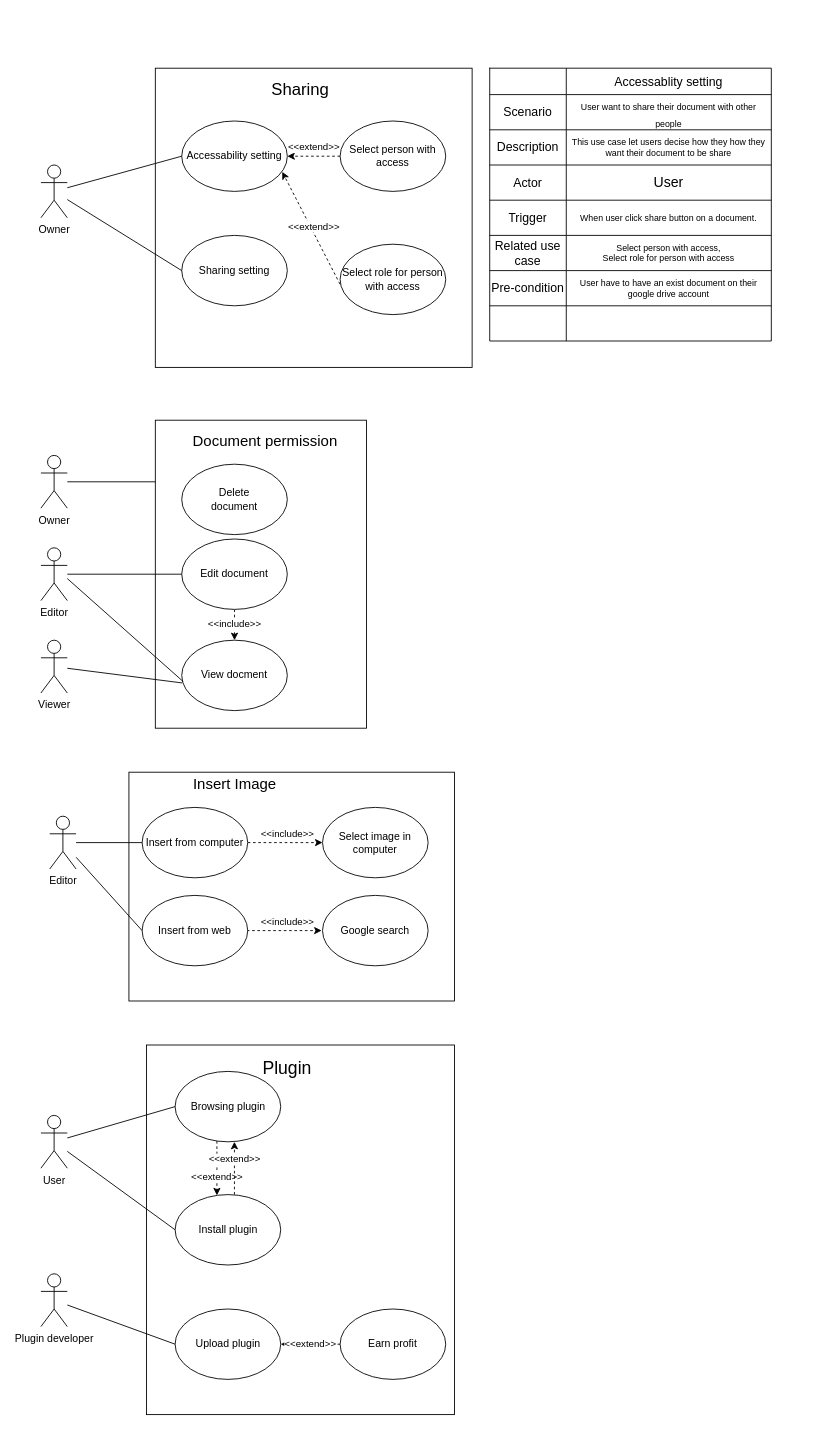
Before: docs.google.com.drawio in Keny7503/draw.io, a draw.io diagram. Source tidied: cells renumbered, new cells numbered last; positions are measured from the earlier drawing's top-left corner, leaving out a move shared by most shapes. Both pictures are drawn from the tidied source at 88%, with x=0, y=0 at pixel (40, 68).
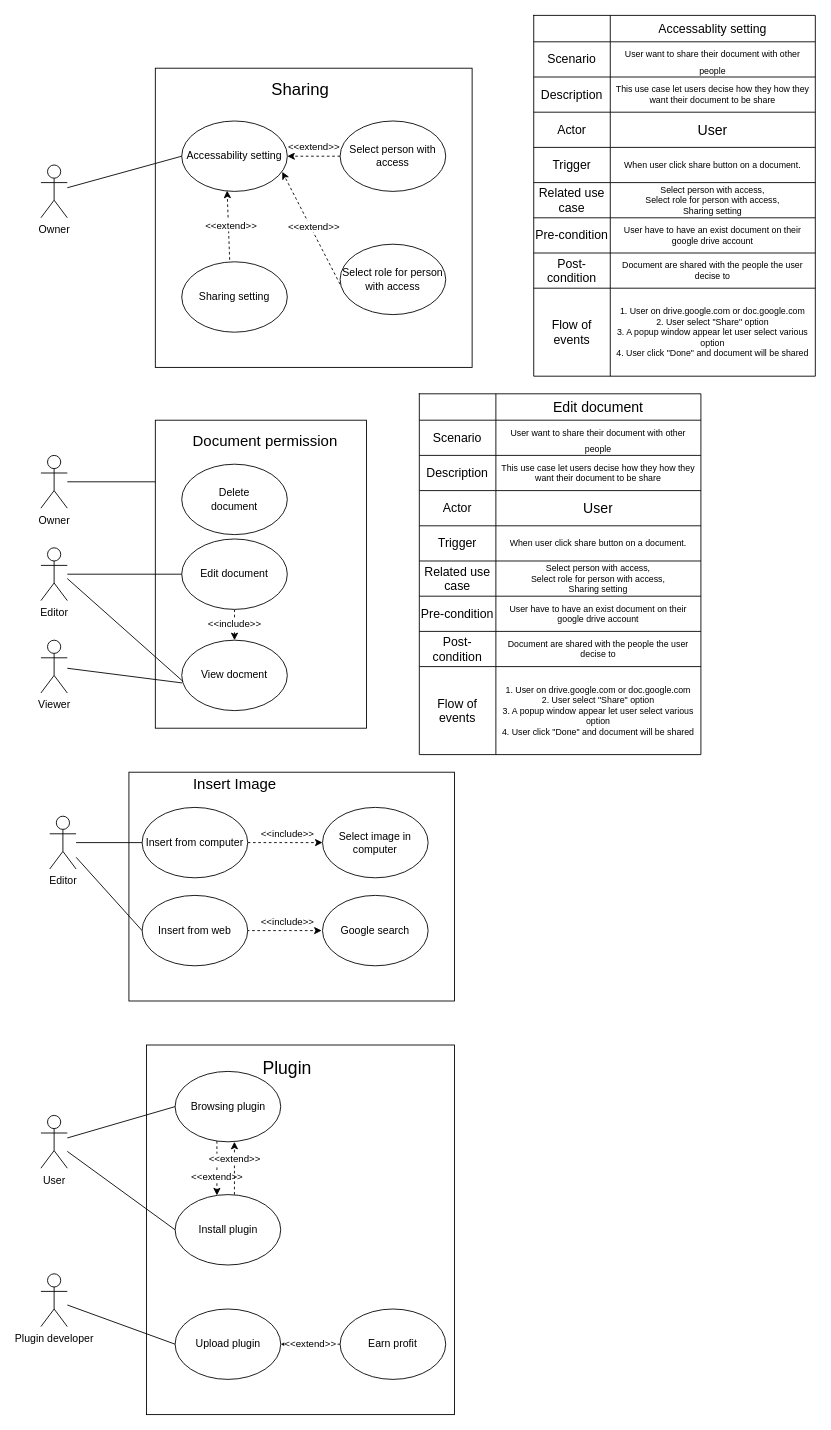
The same page after the edit.

Unchanged cells that the change refers to:
```xml
<mxCell id="4" value="&lt;div&gt;Accessability setting&lt;br&gt;&lt;/div&gt;" style="ellipse;whiteSpace=wrap;html=1;" parent="1" vertex="1">
  <mxGeometry x="160" y="60" width="120" height="80" as="geometry" />
</mxCell>
<mxCell id="8" value="Owner" style="shape=umlActor;verticalLabelPosition=bottom;verticalAlign=top;html=1;outlineConnect=0;" parent="1" vertex="1">
  <mxGeometry y="110" width="30" height="60" as="geometry" />
</mxCell>
<mxCell id="67" style="shape=tableRow;horizontal=0;startSize=0;swimlaneHead=0;swimlaneBody=0;strokeColor=inherit;top=0;left=0;bottom=0;right=0;fillColor=none;fontSize=16;" parent="51" vertex="1">
  <mxGeometry y="190" width="320" height="40" as="geometry" />
</mxCell>
<mxCell id="73" style="shape=tableRow;horizontal=0;startSize=0;swimlaneHead=0;swimlaneBody=0;strokeColor=inherit;top=0;left=0;bottom=0;right=0;fillColor=none;fontSize=16;" parent="51" vertex="1">
  <mxGeometry y="270" width="320" height="40" as="geometry" />
</mxCell>
```

The edit, as a diff of the source:
```diff
@@
     <mxCell id="7" value="Sharing setting" style="ellipse;whiteSpace=wrap;html=1;" parent="1" vertex="1">
-      <mxGeometry x="160" y="190" width="120" height="80" as="geometry" />
+      <mxGeometry x="160" y="220" width="120" height="80" as="geometry" />
     </mxCell>
@@
-    <mxCell id="10" style="endArrow=none;html=1;rounded=0;entryX=0;entryY=0.5;entryDx=0;entryDy=0;" parent="1" edge="1" source="8" target="7">
-      <mxGeometry relative="1" as="geometry" />
-    </mxCell>
@@
     <mxCell id="51" style="shape=table;startSize=0;childLayout=tableLayout;fontSize=12;" parent="1" vertex="1">
-      <mxGeometry x="510" width="320" height="310" as="geometry" />
+      <mxGeometry x="560" y="-60" width="320" height="410" as="geometry" />
     </mxCell>
@@
-    <mxCell id="69" value="&lt;div style=&quot;font-size: 10px;&quot;&gt;&lt;font style=&quot;font-size: 10px;&quot;&gt;Select person with access,&lt;/font&gt;&lt;/div&gt;&lt;div style=&quot;font-size: 10px;&quot;&gt;&lt;font style=&quot;font-size: 10px;&quot;&gt;Select role for person with access&lt;/font&gt;&lt;/div&gt;" style="shape=partialRectangle;html=1;whiteSpace=wrap;strokeColor=inherit;overflow=hidden;fillColor=none;top=0;left=0;bottom=0;right=0;fontSize=10;" parent="67" vertex="1">
+    <mxCell id="69" value="&lt;div style=&quot;font-size: 10px;&quot;&gt;&lt;font style=&quot;font-size: 10px;&quot;&gt;Select person with access,&lt;/font&gt;&lt;/div&gt;&lt;div style=&quot;font-size: 10px;&quot;&gt;&lt;font style=&quot;font-size: 10px;&quot;&gt;Select role for person with access,&lt;/font&gt;&lt;/div&gt;&lt;div style=&quot;font-size: 10px;&quot;&gt;Sharing setting&lt;/div&gt;" style="shape=partialRectangle;html=1;whiteSpace=wrap;strokeColor=inherit;overflow=hidden;fillColor=none;top=0;left=0;bottom=0;right=0;fontSize=10;" parent="67" vertex="1">
       <mxGeometry x="87" width="233" height="40" as="geometry" />
     </mxCell>
@@
-    <mxCell id="74" style="shape=partialRectangle;html=1;whiteSpace=wrap;strokeColor=inherit;overflow=hidden;fillColor=none;top=0;left=0;bottom=0;right=0;fontSize=14;" parent="73" vertex="1">
+    <mxCell id="74" value="Post-condition" style="shape=partialRectangle;html=1;whiteSpace=wrap;strokeColor=inherit;overflow=hidden;fillColor=none;top=0;left=0;bottom=0;right=0;fontSize=14;" parent="73" vertex="1">
       <mxGeometry width="87" height="40" as="geometry" />
     </mxCell>
-    <mxCell id="75" style="shape=partialRectangle;html=1;whiteSpace=wrap;strokeColor=inherit;overflow=hidden;fillColor=none;top=0;left=0;bottom=0;right=0;fontSize=16;" parent="73" vertex="1">
+    <mxCell id="75" value="Document are shared with the people the user decise to" style="shape=partialRectangle;html=1;whiteSpace=wrap;strokeColor=inherit;overflow=hidden;fillColor=none;top=0;left=0;bottom=0;right=0;fontSize=10;" parent="73" vertex="1">
       <mxGeometry x="87" width="233" height="40" as="geometry" />
     </mxCell>
+    <mxCell id="76" style="shape=tableRow;horizontal=0;startSize=0;swimlaneHead=0;swimlaneBody=0;strokeColor=inherit;top=0;left=0;bottom=0;right=0;fillColor=none;fontSize=16;" parent="51" vertex="1">
+      <mxGeometry y="310" width="320" height="100" as="geometry" />
+    </mxCell>
+    <mxCell id="77" value="Flow of events" style="shape=partialRectangle;html=1;whiteSpace=wrap;strokeColor=inherit;overflow=hidden;fillColor=none;top=0;left=0;bottom=0;right=0;fontSize=14;" parent="76" vertex="1">
+      <mxGeometry width="87" height="100" as="geometry" />
+    </mxCell>
+    <mxCell id="78" value="&lt;div&gt;1. User on drive.google.com or doc.google.com&lt;/div&gt;&lt;div&gt;2. User select &quot;Share&quot; option&lt;/div&gt;&lt;div&gt;3. A popup window appear let user select various option&lt;/div&gt;&lt;div&gt;4. User click &quot;Done&quot; and document will be shared&lt;br&gt;&lt;/div&gt;" style="shape=partialRectangle;html=1;whiteSpace=wrap;strokeColor=inherit;overflow=hidden;fillColor=none;top=0;left=0;bottom=0;right=0;fontSize=10;" parent="76" vertex="1">
+      <mxGeometry x="87" width="233" height="100" as="geometry" />
+    </mxCell>
+    <mxCell id="79" value="&amp;lt;&amp;lt;extend&amp;gt;&amp;gt;" style="endArrow=classic;html=1;rounded=0;exitX=0.454;exitY=-0.029;exitDx=0;exitDy=0;exitPerimeter=0;entryX=0.43;entryY=0.989;entryDx=0;entryDy=0;entryPerimeter=0;dashed=1;" parent="1" edge="1" source="7" target="4">
+      <mxGeometry y="-3" relative="1" as="geometry" />
+    </mxCell>
+    <mxCell id="80" style="shape=table;startSize=0;childLayout=tableLayout;fontSize=12;" parent="1" vertex="1">
+      <mxGeometry x="430" y="370" width="320" height="410" as="geometry" />
+    </mxCell>
+    <mxCell id="81" style="shape=tableRow;horizontal=0;startSize=0;swimlaneHead=0;swimlaneBody=0;strokeColor=inherit;top=0;left=0;bottom=0;right=0;fillColor=none;fontSize=16;" parent="80" vertex="1">
+      <mxGeometry width="320" height="30" as="geometry" />
+    </mxCell>
+    <mxCell id="82" style="shape=partialRectangle;html=1;whiteSpace=wrap;strokeColor=inherit;overflow=hidden;fillColor=none;top=0;left=0;bottom=0;right=0;fontSize=14;" parent="81" vertex="1">
+      <mxGeometry width="87" height="30" as="geometry" />
+    </mxCell>
+    <mxCell id="83" value="Edit document" style="shape=partialRectangle;html=1;whiteSpace=wrap;strokeColor=inherit;overflow=hidden;fillColor=none;top=0;left=0;bottom=0;right=0;fontSize=16;" parent="81" vertex="1">
+      <mxGeometry x="87" width="233" height="30" as="geometry" />
+    </mxCell>
+    <mxCell id="84" style="shape=tableRow;horizontal=0;startSize=0;swimlaneHead=0;swimlaneBody=0;strokeColor=inherit;top=0;left=0;bottom=0;right=0;fillColor=none;fontSize=16;" parent="80" vertex="1">
+      <mxGeometry y="30" width="320" height="40" as="geometry" />
+    </mxCell>
+    <mxCell id="85" value="Scenario" style="shape=partialRectangle;html=1;whiteSpace=wrap;strokeColor=inherit;overflow=hidden;fillColor=none;top=0;left=0;bottom=0;right=0;fontSize=14;" parent="84" vertex="1">
+      <mxGeometry width="87" height="40" as="geometry" />
+    </mxCell>
+    <mxCell id="86" value="&lt;font size=&quot;1&quot;&gt;User want to share their document with other people&lt;br&gt;&lt;/font&gt;" style="shape=partialRectangle;html=1;whiteSpace=wrap;strokeColor=inherit;overflow=hidden;fillColor=none;top=0;left=0;bottom=0;right=0;fontSize=16;" parent="84" vertex="1">
+      <mxGeometry x="87" width="233" height="40" as="geometry" />
+    </mxCell>
+    <mxCell id="87" style="shape=tableRow;horizontal=0;startSize=0;swimlaneHead=0;swimlaneBody=0;strokeColor=inherit;top=0;left=0;bottom=0;right=0;fillColor=none;fontSize=16;" parent="80" vertex="1">
+      <mxGeometry y="70" width="320" height="40" as="geometry" />
+    </mxCell>
+    <mxCell id="88" value="Description" style="shape=partialRectangle;html=1;whiteSpace=wrap;strokeColor=inherit;overflow=hidden;fillColor=none;top=0;left=0;bottom=0;right=0;fontSize=14;" parent="87" vertex="1">
+      <mxGeometry width="87" height="40" as="geometry" />
+    </mxCell>
+    <mxCell id="89" value="This use case let users decise how they how they want their document to be share" style="shape=partialRectangle;html=1;whiteSpace=wrap;strokeColor=inherit;overflow=hidden;fillColor=none;top=0;left=0;bottom=0;right=0;fontSize=10;" parent="87" vertex="1">
+      <mxGeometry x="87" width="233" height="40" as="geometry" />
+    </mxCell>
+    <mxCell id="90" style="shape=tableRow;horizontal=0;startSize=0;swimlaneHead=0;swimlaneBody=0;strokeColor=inherit;top=0;left=0;bottom=0;right=0;fillColor=none;fontSize=16;" parent="80" vertex="1">
+      <mxGeometry y="110" width="320" height="40" as="geometry" />
+    </mxCell>
+    <mxCell id="91" value="Actor" style="shape=partialRectangle;html=1;whiteSpace=wrap;strokeColor=inherit;overflow=hidden;fillColor=none;top=0;left=0;bottom=0;right=0;fontSize=14;" parent="90" vertex="1">
+      <mxGeometry width="87" height="40" as="geometry" />
+    </mxCell>
+    <mxCell id="92" value="User" style="shape=partialRectangle;html=1;whiteSpace=wrap;strokeColor=inherit;overflow=hidden;fillColor=none;top=0;left=0;bottom=0;right=0;fontSize=16;" parent="90" vertex="1">
+      <mxGeometry x="87" width="233" height="40" as="geometry" />
+    </mxCell>
+    <mxCell id="93" style="shape=tableRow;horizontal=0;startSize=0;swimlaneHead=0;swimlaneBody=0;strokeColor=inherit;top=0;left=0;bottom=0;right=0;fillColor=none;fontSize=16;" parent="80" vertex="1">
+      <mxGeometry y="150" width="320" height="40" as="geometry" />
+    </mxCell>
+    <mxCell id="94" value="Trigger" style="shape=partialRectangle;html=1;whiteSpace=wrap;strokeColor=inherit;overflow=hidden;fillColor=none;top=0;left=0;bottom=0;right=0;fontSize=14;" parent="93" vertex="1">
+      <mxGeometry width="87" height="40" as="geometry" />
+    </mxCell>
+    <mxCell id="95" value="When user click share button on a document." style="shape=partialRectangle;html=1;whiteSpace=wrap;strokeColor=inherit;overflow=hidden;fillColor=none;top=0;left=0;bottom=0;right=0;fontSize=10;" parent="93" vertex="1">
+      <mxGeometry x="87" width="233" height="40" as="geometry" />
+    </mxCell>
+    <mxCell id="96" style="shape=tableRow;horizontal=0;startSize=0;swimlaneHead=0;swimlaneBody=0;strokeColor=inherit;top=0;left=0;bottom=0;right=0;fillColor=none;fontSize=16;" parent="80" vertex="1">
+      <mxGeometry y="190" width="320" height="40" as="geometry" />
+    </mxCell>
+    <mxCell id="97" value="Related use case" style="shape=partialRectangle;html=1;whiteSpace=wrap;strokeColor=inherit;overflow=hidden;fillColor=none;top=0;left=0;bottom=0;right=0;fontSize=14;" parent="96" vertex="1">
+      <mxGeometry width="87" height="40" as="geometry" />
+    </mxCell>
+    <mxCell id="98" value="&lt;div style=&quot;font-size: 10px;&quot;&gt;&lt;font style=&quot;font-size: 10px;&quot;&gt;Select person with access,&lt;/font&gt;&lt;/div&gt;&lt;div style=&quot;font-size: 10px;&quot;&gt;&lt;font style=&quot;font-size: 10px;&quot;&gt;Select role for person with access,&lt;/font&gt;&lt;/div&gt;&lt;div style=&quot;font-size: 10px;&quot;&gt;Sharing setting&lt;/div&gt;" style="shape=partialRectangle;html=1;whiteSpace=wrap;strokeColor=inherit;overflow=hidden;fillColor=none;top=0;left=0;bottom=0;right=0;fontSize=10;" parent="96" vertex="1">
+      <mxGeometry x="87" width="233" height="40" as="geometry" />
+    </mxCell>
+    <mxCell id="99" style="shape=tableRow;horizontal=0;startSize=0;swimlaneHead=0;swimlaneBody=0;strokeColor=inherit;top=0;left=0;bottom=0;right=0;fillColor=none;fontSize=13;" parent="80" vertex="1">
+      <mxGeometry y="230" width="320" height="40" as="geometry" />
+    </mxCell>
+    <mxCell id="100" value="Pre-condition" style="shape=partialRectangle;html=1;whiteSpace=wrap;strokeColor=inherit;overflow=hidden;fillColor=none;top=0;left=0;bottom=0;right=0;fontSize=14;" parent="99" vertex="1">
+      <mxGeometry width="87" height="40" as="geometry" />
+    </mxCell>
+    <mxCell id="101" value="User have to have an exist document on their google drive account" style="shape=partialRectangle;html=1;whiteSpace=wrap;strokeColor=inherit;overflow=hidden;fillColor=none;top=0;left=0;bottom=0;right=0;fontSize=10;" parent="99" vertex="1">
+      <mxGeometry x="87" width="233" height="40" as="geometry" />
+    </mxCell>
+    <mxCell id="102" style="shape=tableRow;horizontal=0;startSize=0;swimlaneHead=0;swimlaneBody=0;strokeColor=inherit;top=0;left=0;bottom=0;right=0;fillColor=none;fontSize=16;" parent="80" vertex="1">
+      <mxGeometry y="270" width="320" height="40" as="geometry" />
+    </mxCell>
+    <mxCell id="103" value="Post-condition" style="shape=partialRectangle;html=1;whiteSpace=wrap;strokeColor=inherit;overflow=hidden;fillColor=none;top=0;left=0;bottom=0;right=0;fontSize=14;" parent="102" vertex="1">
+      <mxGeometry width="87" height="40" as="geometry" />
+    </mxCell>
+    <mxCell id="104" value="Document are shared with the people the user decise to" style="shape=partialRectangle;html=1;whiteSpace=wrap;strokeColor=inherit;overflow=hidden;fillColor=none;top=0;left=0;bottom=0;right=0;fontSize=10;" parent="102" vertex="1">
+      <mxGeometry x="87" width="233" height="40" as="geometry" />
+    </mxCell>
+    <mxCell id="105" style="shape=tableRow;horizontal=0;startSize=0;swimlaneHead=0;swimlaneBody=0;strokeColor=inherit;top=0;left=0;bottom=0;right=0;fillColor=none;fontSize=16;" parent="80" vertex="1">
+      <mxGeometry y="310" width="320" height="100" as="geometry" />
+    </mxCell>
+    <mxCell id="106" value="Flow of events" style="shape=partialRectangle;html=1;whiteSpace=wrap;strokeColor=inherit;overflow=hidden;fillColor=none;top=0;left=0;bottom=0;right=0;fontSize=14;" parent="105" vertex="1">
+      <mxGeometry width="87" height="100" as="geometry" />
+    </mxCell>
+    <mxCell id="107" value="&lt;div&gt;1. User on drive.google.com or doc.google.com&lt;/div&gt;&lt;div&gt;2. User select &quot;Share&quot; option&lt;/div&gt;&lt;div&gt;3. A popup window appear let user select various option&lt;/div&gt;&lt;div&gt;4. User click &quot;Done&quot; and document will be shared&lt;br&gt;&lt;/div&gt;" style="shape=partialRectangle;html=1;whiteSpace=wrap;strokeColor=inherit;overflow=hidden;fillColor=none;top=0;left=0;bottom=0;right=0;fontSize=10;" parent="105" vertex="1">
+      <mxGeometry x="87" width="233" height="100" as="geometry" />
+    </mxCell>
```
